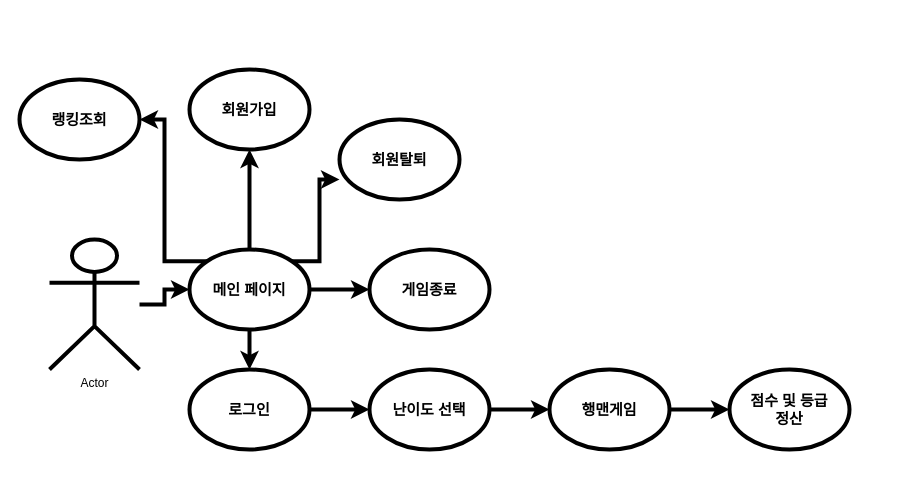
This is 유슼.drawio from beomsu-j/bigdata, a draw.io file, before an edit. Source tidied: cells renumbered, new cells numbered last; positions are measured from the earlier drawing's top-left corner, leaving out a move shared by most shapes. Both pictures are drawn from the tidied source at 100%, with x=0, y=0 at pixel (19, 69).
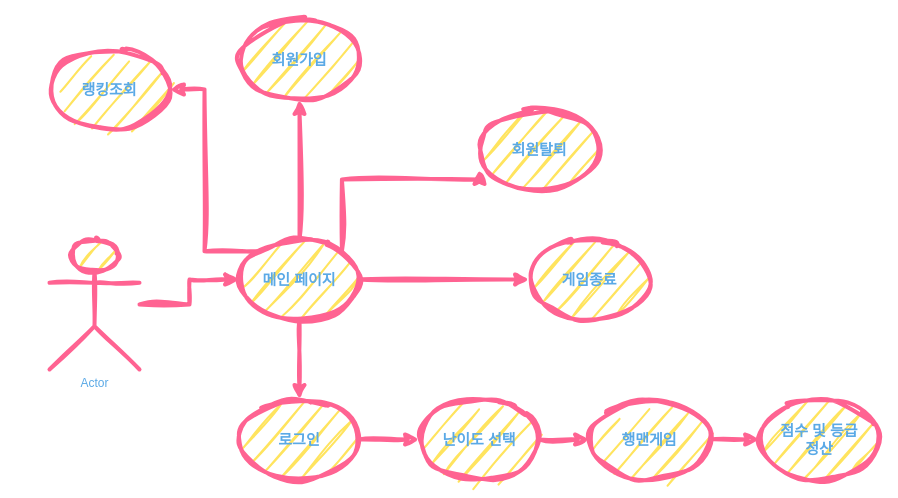
Above is the later version.

Commit message (it also covers changes not shown here):
유슼.drawio 업데이트

Diff of the diagram source:
```diff
@@
-    <mxCell id="2" style="edgeStyle=orthogonalEdgeStyle;rounded=0;jettySize=auto;html=1;strokeWidth=4;" parent="1" edge="1" source="3" target="8">
+    <mxCell id="2" style="edgeStyle=orthogonalEdgeStyle;rounded=0;jettySize=auto;html=1;strokeWidth=4;sketch=1;curveFitting=1;jiggle=2;labelBackgroundColor=none;strokeColor=#FF6392;fontColor=default;" parent="1" edge="1" source="3" target="8">
       <mxGeometry relative="1" as="geometry" />
     </mxCell>
-    <mxCell id="3" value="Actor" style="shape=umlActor;verticalLabelPosition=bottom;verticalAlign=top;html=1;outlineConnect=0;strokeWidth=4;" parent="1" vertex="1">
+    <mxCell id="3" value="Actor" style="shape=umlActor;verticalLabelPosition=bottom;verticalAlign=top;html=1;outlineConnect=0;strokeWidth=4;sketch=1;curveFitting=1;jiggle=2;labelBackgroundColor=none;fillColor=#FFE45E;strokeColor=#FF6392;fontColor=#5AA9E6;" parent="1" vertex="1">
       <mxGeometry x="30" y="170" width="90" height="130" as="geometry" />
     </mxCell>
-    <mxCell id="4" style="edgeStyle=orthogonalEdgeStyle;rounded=0;jettySize=auto;html=1;strokeWidth=4;" parent="1" edge="1" source="8" target="10">
+    <mxCell id="4" style="edgeStyle=orthogonalEdgeStyle;rounded=0;jettySize=auto;html=1;strokeWidth=4;sketch=1;curveFitting=1;jiggle=2;labelBackgroundColor=none;strokeColor=#FF6392;fontColor=default;" parent="1" edge="1" source="8" target="10">
       <mxGeometry relative="1" as="geometry" />
     </mxCell>
-    <mxCell id="5" style="edgeStyle=orthogonalEdgeStyle;rounded=0;jettySize=auto;html=1;strokeWidth=4;" parent="1" edge="1" source="8" target="16">
+    <mxCell id="5" style="edgeStyle=orthogonalEdgeStyle;rounded=0;jettySize=auto;html=1;strokeWidth=4;sketch=1;curveFitting=1;jiggle=2;labelBackgroundColor=none;strokeColor=#FF6392;fontColor=default;" parent="1" edge="1" source="8" target="16">
       <mxGeometry relative="1" as="geometry" />
     </mxCell>
-    <mxCell id="6" style="edgeStyle=orthogonalEdgeStyle;rounded=0;jettySize=auto;html=1;strokeWidth=4;" parent="1" edge="1" source="8" target="18">
+    <mxCell id="6" style="edgeStyle=orthogonalEdgeStyle;rounded=0;jettySize=auto;html=1;strokeWidth=4;sketch=1;curveFitting=1;jiggle=2;labelBackgroundColor=none;strokeColor=#FF6392;fontColor=default;" parent="1" edge="1" source="8" target="18">
       <mxGeometry relative="1" as="geometry" />
     </mxCell>
-    <mxCell id="7" style="edgeStyle=orthogonalEdgeStyle;rounded=0;jettySize=auto;html=1;exitX=0;exitY=0;exitDx=0;exitDy=0;entryX=1;entryY=0.5;entryDx=0;entryDy=0;strokeWidth=4;" parent="1" edge="1" source="8" target="19">
+    <mxCell id="7" style="edgeStyle=orthogonalEdgeStyle;rounded=0;jettySize=auto;html=1;exitX=0;exitY=0;exitDx=0;exitDy=0;entryX=1;entryY=0.5;entryDx=0;entryDy=0;strokeWidth=4;sketch=1;curveFitting=1;jiggle=2;labelBackgroundColor=none;strokeColor=#FF6392;fontColor=default;" parent="1" edge="1" source="8" target="19">
       <mxGeometry relative="1" as="geometry" />
     </mxCell>
-    <mxCell id="8" value="&lt;font style=&quot;font-size: 15px;&quot;&gt;&lt;b&gt;메인 페이지&lt;/b&gt;&lt;/font&gt;" style="ellipse;whiteSpace=wrap;html=1;strokeWidth=4;" parent="1" vertex="1">
-      <mxGeometry x="170" y="180" width="120" height="80" as="geometry" />
+    <mxCell id="8" value="&lt;font style=&quot;font-size: 15px;&quot;&gt;&lt;b&gt;메인 페이지&lt;/b&gt;&lt;/font&gt;" style="ellipse;whiteSpace=wrap;html=1;strokeWidth=4;sketch=1;curveFitting=1;jiggle=2;labelBackgroundColor=none;fillColor=#FFE45E;strokeColor=#FF6392;fontColor=#5AA9E6;" parent="1" vertex="1">
+      <mxGeometry x="220" y="170" width="120" height="80" as="geometry" />
     </mxCell>
-    <mxCell id="9" style="edgeStyle=orthogonalEdgeStyle;rounded=0;jettySize=auto;html=1;strokeWidth=4;" parent="1" edge="1" source="10" target="12">
+    <mxCell id="9" style="edgeStyle=orthogonalEdgeStyle;rounded=0;jettySize=auto;html=1;strokeWidth=4;sketch=1;curveFitting=1;jiggle=2;labelBackgroundColor=none;strokeColor=#FF6392;fontColor=default;" parent="1" edge="1" source="10" target="12">
       <mxGeometry relative="1" as="geometry" />
     </mxCell>
-    <mxCell id="10" value="&lt;b&gt;&lt;font style=&quot;font-size: 15px;&quot;&gt;로그인&lt;/font&gt;&lt;/b&gt;" style="ellipse;whiteSpace=wrap;html=1;strokeWidth=4;" parent="1" vertex="1">
-      <mxGeometry x="170" y="300" width="120" height="80" as="geometry" />
+    <mxCell id="10" value="&lt;b&gt;&lt;font style=&quot;font-size: 15px;&quot;&gt;로그인&lt;/font&gt;&lt;/b&gt;" style="ellipse;whiteSpace=wrap;html=1;strokeWidth=4;sketch=1;curveFitting=1;jiggle=2;labelBackgroundColor=none;fillColor=#FFE45E;strokeColor=#FF6392;fontColor=#5AA9E6;" parent="1" vertex="1">
+      <mxGeometry x="220" y="330" width="120" height="80" as="geometry" />
     </mxCell>
-    <mxCell id="11" style="edgeStyle=orthogonalEdgeStyle;rounded=0;jettySize=auto;html=1;strokeWidth=4;" parent="1" edge="1" source="12" target="14">
+    <mxCell id="11" style="edgeStyle=orthogonalEdgeStyle;rounded=0;jettySize=auto;html=1;strokeWidth=4;sketch=1;curveFitting=1;jiggle=2;labelBackgroundColor=none;strokeColor=#FF6392;fontColor=default;" parent="1" edge="1" source="12" target="14">
       <mxGeometry relative="1" as="geometry" />
     </mxCell>
-    <mxCell id="12" value="&lt;b&gt;&lt;font style=&quot;font-size: 15px;&quot;&gt;난이도 선택&lt;/font&gt;&lt;/b&gt;" style="ellipse;whiteSpace=wrap;html=1;strokeWidth=4;" parent="1" vertex="1">
-      <mxGeometry x="350" y="300" width="120" height="80" as="geometry" />
+    <mxCell id="12" value="&lt;b&gt;&lt;font style=&quot;font-size: 15px;&quot;&gt;난이도 선택&lt;/font&gt;&lt;/b&gt;" style="ellipse;whiteSpace=wrap;html=1;strokeWidth=4;sketch=1;curveFitting=1;jiggle=2;labelBackgroundColor=none;fillColor=#FFE45E;strokeColor=#FF6392;fontColor=#5AA9E6;" parent="1" vertex="1">
+      <mxGeometry x="400" y="330" width="120" height="80" as="geometry" />
     </mxCell>
-    <mxCell id="13" style="edgeStyle=orthogonalEdgeStyle;rounded=0;jettySize=auto;html=1;strokeWidth=4;" parent="1" edge="1" source="14" target="15">
+    <mxCell id="13" style="edgeStyle=orthogonalEdgeStyle;rounded=0;jettySize=auto;html=1;strokeWidth=4;sketch=1;curveFitting=1;jiggle=2;labelBackgroundColor=none;strokeColor=#FF6392;fontColor=default;" parent="1" edge="1" source="14" target="15">
       <mxGeometry relative="1" as="geometry" />
     </mxCell>
-    <mxCell id="14" value="&lt;b&gt;&lt;font style=&quot;font-size: 15px;&quot;&gt;행맨게임&lt;/font&gt;&lt;/b&gt;" style="ellipse;whiteSpace=wrap;html=1;strokeWidth=4;" parent="1" vertex="1">
-      <mxGeometry x="530" y="300" width="120" height="80" as="geometry" />
+    <mxCell id="14" value="&lt;b&gt;&lt;font style=&quot;font-size: 15px;&quot;&gt;행맨게임&lt;/font&gt;&lt;/b&gt;" style="ellipse;whiteSpace=wrap;html=1;strokeWidth=4;sketch=1;curveFitting=1;jiggle=2;labelBackgroundColor=none;fillColor=#FFE45E;strokeColor=#FF6392;fontColor=#5AA9E6;" parent="1" vertex="1">
+      <mxGeometry x="570" y="330" width="120" height="80" as="geometry" />
     </mxCell>
-    <mxCell id="15" value="&lt;b style=&quot;font-size: 15px;&quot;&gt;점수 및 등급&lt;br&gt;정산&lt;/b&gt;" style="ellipse;whiteSpace=wrap;html=1;strokeWidth=4;" parent="1" vertex="1">
-      <mxGeometry x="710" y="300" width="120" height="80" as="geometry" />
+    <mxCell id="15" value="&lt;b style=&quot;font-size: 15px;&quot;&gt;점수 및 등급&lt;br&gt;정산&lt;/b&gt;" style="ellipse;whiteSpace=wrap;html=1;strokeWidth=4;sketch=1;curveFitting=1;jiggle=2;labelBackgroundColor=none;fillColor=#FFE45E;strokeColor=#FF6392;fontColor=#5AA9E6;" parent="1" vertex="1">
+      <mxGeometry x="740" y="330" width="120" height="80" as="geometry" />
     </mxCell>
-    <mxCell id="16" value="&lt;b&gt;&lt;font style=&quot;font-size: 15px;&quot;&gt;게임종료&lt;/font&gt;&lt;/b&gt;" style="ellipse;whiteSpace=wrap;html=1;strokeWidth=4;" parent="1" vertex="1">
-      <mxGeometry x="350" y="180" width="120" height="80" as="geometry" />
+    <mxCell id="16" value="&lt;b&gt;&lt;font style=&quot;font-size: 15px;&quot;&gt;게임종료&lt;/font&gt;&lt;/b&gt;" style="ellipse;whiteSpace=wrap;html=1;strokeWidth=4;sketch=1;curveFitting=1;jiggle=2;labelBackgroundColor=none;fillColor=#FFE45E;strokeColor=#FF6392;fontColor=#5AA9E6;" parent="1" vertex="1">
+      <mxGeometry x="510" y="170" width="120" height="80" as="geometry" />
     </mxCell>
-    <mxCell id="17" value="&lt;b&gt;&lt;font style=&quot;font-size: 15px;&quot;&gt;회원탈퇴&lt;/font&gt;&lt;/b&gt;" style="ellipse;whiteSpace=wrap;html=1;strokeWidth=4;" parent="1" vertex="1">
-      <mxGeometry x="320" y="50" width="120" height="80" as="geometry" />
+    <mxCell id="17" value="&lt;b&gt;&lt;font style=&quot;font-size: 15px;&quot;&gt;회원탈퇴&lt;/font&gt;&lt;/b&gt;" style="ellipse;whiteSpace=wrap;html=1;strokeWidth=4;sketch=1;curveFitting=1;jiggle=2;labelBackgroundColor=none;fillColor=#FFE45E;strokeColor=#FF6392;fontColor=#5AA9E6;" parent="1" vertex="1">
+      <mxGeometry x="460" y="40" width="120" height="80" as="geometry" />
     </mxCell>
-    <mxCell id="18" value="&lt;b&gt;&lt;font style=&quot;font-size: 15px;&quot;&gt;회원가입&lt;/font&gt;&lt;/b&gt;" style="ellipse;whiteSpace=wrap;html=1;strokeWidth=4;" parent="1" vertex="1">
-      <mxGeometry x="170" width="120" height="80" as="geometry" />
+    <mxCell id="18" value="&lt;b&gt;&lt;font style=&quot;font-size: 15px;&quot;&gt;회원가입&lt;/font&gt;&lt;/b&gt;" style="ellipse;whiteSpace=wrap;html=1;strokeWidth=4;sketch=1;curveFitting=1;jiggle=2;labelBackgroundColor=none;fillColor=#FFE45E;strokeColor=#FF6392;fontColor=#5AA9E6;" parent="1" vertex="1">
+      <mxGeometry x="220" y="-50" width="120" height="80" as="geometry" />
     </mxCell>
-    <mxCell id="19" value="&lt;font style=&quot;font-size: 15px;&quot;&gt;&lt;b&gt;랭킹조회&lt;/b&gt;&lt;/font&gt;" style="ellipse;whiteSpace=wrap;html=1;strokeWidth=4;" parent="1" vertex="1">
-      <mxGeometry y="10" width="120" height="80" as="geometry" />
+    <mxCell id="19" value="&lt;font style=&quot;font-size: 15px;&quot;&gt;&lt;b&gt;랭킹조회&lt;/b&gt;&lt;/font&gt;" style="ellipse;whiteSpace=wrap;html=1;strokeWidth=4;sketch=1;curveFitting=1;jiggle=2;labelBackgroundColor=none;fillColor=#FFE45E;strokeColor=#FF6392;fontColor=#5AA9E6;" parent="1" vertex="1">
+      <mxGeometry x="30" y="-20" width="120" height="80" as="geometry" />
     </mxCell>
-    <mxCell id="20" style="edgeStyle=orthogonalEdgeStyle;rounded=0;jettySize=auto;html=1;exitX=1;exitY=0;exitDx=0;exitDy=0;entryX=0;entryY=0.75;entryDx=0;entryDy=0;entryPerimeter=0;strokeWidth=4;" parent="1" edge="1" source="8" target="17">
+    <mxCell id="20" style="edgeStyle=orthogonalEdgeStyle;rounded=0;jettySize=auto;html=1;exitX=1;exitY=0;exitDx=0;exitDy=0;entryX=0;entryY=0.75;entryDx=0;entryDy=0;entryPerimeter=0;strokeWidth=4;sketch=1;curveFitting=1;jiggle=2;labelBackgroundColor=none;strokeColor=#FF6392;fontColor=default;" parent="1" edge="1" source="8" target="17">
       <mxGeometry relative="1" as="geometry">
         <Array as="points">
-          <mxPoint x="300" y="192" />
-          <mxPoint x="300" y="110" />
+          <mxPoint x="322" y="110" />
+          <mxPoint x="460" y="110" />
         </Array>
       </mxGeometry>
     </mxCell>
```
